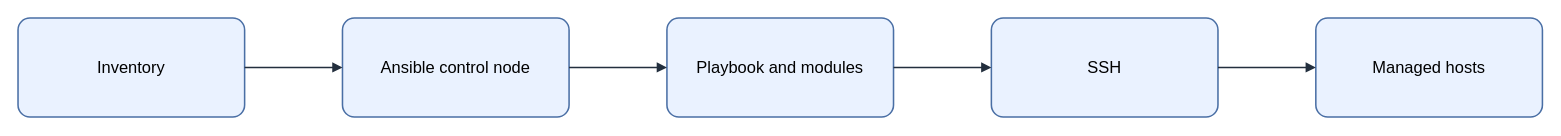
KKamJi98/kkamji98.github.io keeps this draw.io diagram as assets/img/iac/ansible-control-flow.drawio. Above is the earlier version. Source tidied: cells renumbered, new cells numbered last; positions are measured from the earlier drawing's top-left corner, leaving out a move shared by most shapes. Both pictures are drawn from the tidied source at 103%, with x=0, y=0 at pixel (18, 18).
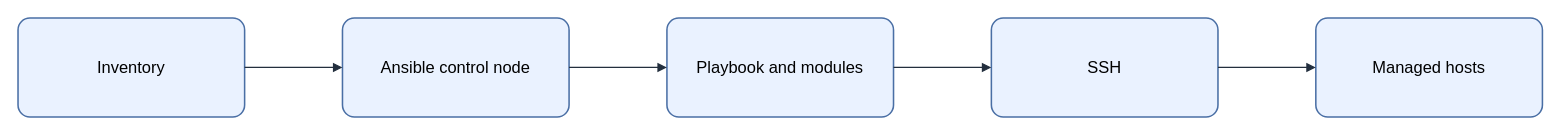
After the change.

Diff of the diagram source:
```diff
@@
 <mxGraphModel background="#FFFFFF">
   <root>
     <mxCell id="0" />
     <mxCell id="1" parent="0" />
-    <mxCell id="2" value="&lt;font style=&quot;color: rgb(0, 0, 0);&quot;&gt;Inventory&lt;/font&gt;" style="rounded=1;arcSize=12;whiteSpace=wrap;html=1;fillColor=#EAF2FF;strokeColor=#4A6FA5;strokeWidth=1.5;fontColor=#000000;fontSize=16;align=center;verticalAlign=middle;spacing=8;shadow=0;" parent="1" vertex="1">
+    <mxCell id="2" value="Inventory" style="rounded=1;arcSize=12;whiteSpace=wrap;html=0;fillColor=#EAF2FF;strokeColor=#4A6FA5;strokeWidth=1.5;fontColor=#000000;fontSize=16;align=center;verticalAlign=middle;spacing=8;shadow=0;" parent="1" vertex="1">
       <mxGeometry width="220" height="96" as="geometry" />
     </mxCell>
-    <mxCell id="3" value="&lt;font style=&quot;color: rgb(0, 0, 0);&quot;&gt;Ansible control node&lt;/font&gt;" style="rounded=1;arcSize=12;whiteSpace=wrap;html=1;fillColor=#EAF2FF;strokeColor=#4A6FA5;strokeWidth=1.5;fontColor=#000000;fontSize=16;align=center;verticalAlign=middle;spacing=8;shadow=0;" parent="1" vertex="1">
+    <mxCell id="3" value="Ansible control node" style="rounded=1;arcSize=12;whiteSpace=wrap;html=0;fillColor=#EAF2FF;strokeColor=#4A6FA5;strokeWidth=1.5;fontColor=#000000;fontSize=16;align=center;verticalAlign=middle;spacing=8;shadow=0;" parent="1" vertex="1">
       <mxGeometry x="315" width="220" height="96" as="geometry" />
     </mxCell>
-    <mxCell id="4" value="&lt;font style=&quot;color: rgb(0, 0, 0);&quot;&gt;Playbook and modules&lt;/font&gt;" style="rounded=1;arcSize=12;whiteSpace=wrap;html=1;fillColor=#EAF2FF;strokeColor=#4A6FA5;strokeWidth=1.5;fontColor=#000000;fontSize=16;align=center;verticalAlign=middle;spacing=8;shadow=0;" parent="1" vertex="1">
+    <mxCell id="4" value="Playbook and modules" style="rounded=1;arcSize=12;whiteSpace=wrap;html=0;fillColor=#EAF2FF;strokeColor=#4A6FA5;strokeWidth=1.5;fontColor=#000000;fontSize=16;align=center;verticalAlign=middle;spacing=8;shadow=0;" parent="1" vertex="1">
       <mxGeometry x="630" width="220" height="96" as="geometry" />
     </mxCell>
-    <mxCell id="5" value="&lt;font style=&quot;color: rgb(0, 0, 0);&quot;&gt;SSH&lt;/font&gt;" style="rounded=1;arcSize=12;whiteSpace=wrap;html=1;fillColor=#EAF2FF;strokeColor=#4A6FA5;strokeWidth=1.5;fontColor=#000000;fontSize=16;align=center;verticalAlign=middle;spacing=8;shadow=0;" parent="1" vertex="1">
+    <mxCell id="5" value="SSH" style="rounded=1;arcSize=12;whiteSpace=wrap;html=0;fillColor=#EAF2FF;strokeColor=#4A6FA5;strokeWidth=1.5;fontColor=#000000;fontSize=16;align=center;verticalAlign=middle;spacing=8;shadow=0;" parent="1" vertex="1">
       <mxGeometry x="945" width="220" height="96" as="geometry" />
     </mxCell>
-    <mxCell id="6" value="&lt;font style=&quot;color: rgb(0, 0, 0);&quot;&gt;Managed hosts&lt;/font&gt;" style="rounded=1;arcSize=12;whiteSpace=wrap;html=1;fillColor=#EAF2FF;strokeColor=#4A6FA5;strokeWidth=1.5;fontColor=#000000;fontSize=16;align=center;verticalAlign=middle;spacing=8;shadow=0;" parent="1" vertex="1">
+    <mxCell id="6" value="Managed hosts" style="rounded=1;arcSize=12;whiteSpace=wrap;html=0;fillColor=#EAF2FF;strokeColor=#4A6FA5;strokeWidth=1.5;fontColor=#000000;fontSize=16;align=center;verticalAlign=middle;spacing=8;shadow=0;" parent="1" vertex="1">
       <mxGeometry x="1260" width="220" height="96" as="geometry" />
     </mxCell>
-    <mxCell id="7" style="edgeStyle=orthogonalEdgeStyle;rounded=0;jettySize=auto;html=1;endArrow=block;endFill=1;strokeColor=#232F3E;strokeWidth=1.5;fontColor=#000000;labelBackgroundColor=none;exitX=1;exitY=0.5;exitDx=0;exitDy=0;entryX=0;entryY=0.5;entryDx=0;entryDy=0;" parent="1" edge="1" source="2" target="3">
+    <mxCell id="7" style="edgeStyle=orthogonalEdgeStyle;rounded=0;jettySize=auto;html=0;endArrow=block;endFill=1;strokeColor=#232F3E;strokeWidth=1.25;fontColor=#000000;labelBackgroundColor=none;exitX=1;exitY=0.5;exitDx=0;exitDy=0;entryX=0;entryY=0.5;entryDx=0;entryDy=0;" parent="1" edge="1" source="2" target="3">
       <mxGeometry relative="1" as="geometry" />
     </mxCell>
-    <mxCell id="8" style="edgeStyle=orthogonalEdgeStyle;rounded=0;jettySize=auto;html=1;endArrow=block;endFill=1;strokeColor=#232F3E;strokeWidth=1.5;fontColor=#000000;labelBackgroundColor=none;exitX=1;exitY=0.5;exitDx=0;exitDy=0;entryX=0;entryY=0.5;entryDx=0;entryDy=0;" parent="1" edge="1" source="3" target="4">
+    <mxCell id="8" style="edgeStyle=orthogonalEdgeStyle;rounded=0;jettySize=auto;html=0;endArrow=block;endFill=1;strokeColor=#232F3E;strokeWidth=1.25;fontColor=#000000;labelBackgroundColor=none;exitX=1;exitY=0.5;exitDx=0;exitDy=0;entryX=0;entryY=0.5;entryDx=0;entryDy=0;" parent="1" edge="1" source="3" target="4">
       <mxGeometry relative="1" as="geometry" />
     </mxCell>
-    <mxCell id="9" style="edgeStyle=orthogonalEdgeStyle;rounded=0;jettySize=auto;html=1;endArrow=block;endFill=1;strokeColor=#232F3E;strokeWidth=1.5;fontColor=#000000;labelBackgroundColor=none;exitX=1;exitY=0.5;exitDx=0;exitDy=0;entryX=0;entryY=0.5;entryDx=0;entryDy=0;" parent="1" edge="1" source="4" target="5">
+    <mxCell id="9" style="edgeStyle=orthogonalEdgeStyle;rounded=0;jettySize=auto;html=0;endArrow=block;endFill=1;strokeColor=#232F3E;strokeWidth=1.25;fontColor=#000000;labelBackgroundColor=none;exitX=1;exitY=0.5;exitDx=0;exitDy=0;entryX=0;entryY=0.5;entryDx=0;entryDy=0;" parent="1" edge="1" source="4" target="5">
       <mxGeometry relative="1" as="geometry" />
     </mxCell>
-    <mxCell id="10" style="edgeStyle=orthogonalEdgeStyle;rounded=0;jettySize=auto;html=1;endArrow=block;endFill=1;strokeColor=#232F3E;strokeWidth=1.5;fontColor=#000000;labelBackgroundColor=none;exitX=1;exitY=0.5;exitDx=0;exitDy=0;entryX=0;entryY=0.5;entryDx=0;entryDy=0;" parent="1" edge="1" source="5" target="6">
+    <mxCell id="10" style="edgeStyle=orthogonalEdgeStyle;rounded=0;jettySize=auto;html=0;endArrow=block;endFill=1;strokeColor=#232F3E;strokeWidth=1.25;fontColor=#000000;labelBackgroundColor=none;exitX=1;exitY=0.5;exitDx=0;exitDy=0;entryX=0;entryY=0.5;entryDx=0;entryDy=0;" parent="1" edge="1" source="5" target="6">
       <mxGeometry relative="1" as="geometry" />
     </mxCell>
   </root>
 </mxGraphModel>
```
